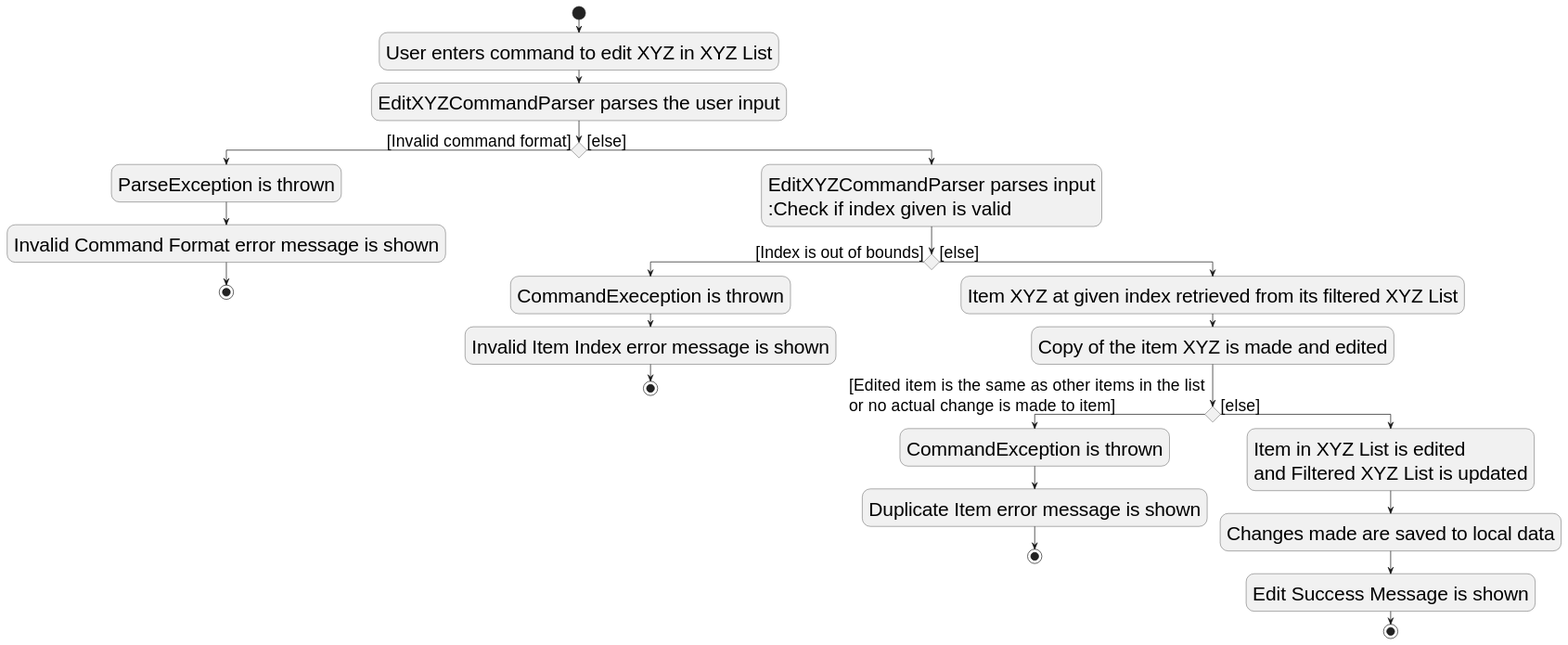
This is docs/images/EditCommandActivityDiagram.svg from nus-cs2103-AY2223S2/tp, a PlantUML export, as it was before one commit.
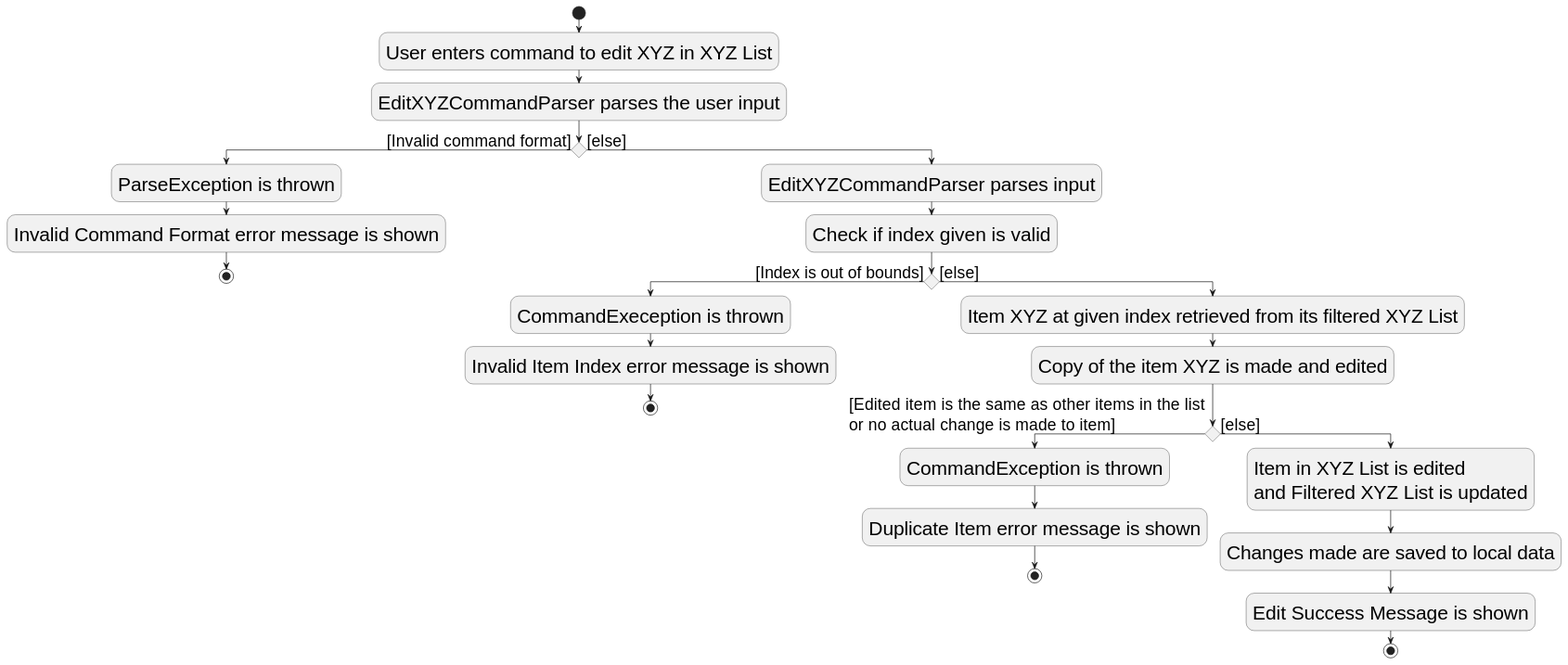
After the change.

Commit message:
Missing semicolon

Diff of the diagram source:
```diff
@@ -10,7 +10,7 @@
   :Invalid Command Format error message is shown;
   stop
 else ([else])
-:EditXYZCommandParser parses input
+:EditXYZCommandParser parses input;
 :Check if index given is valid;
 
 if () then ([Index is out of bounds])
```
